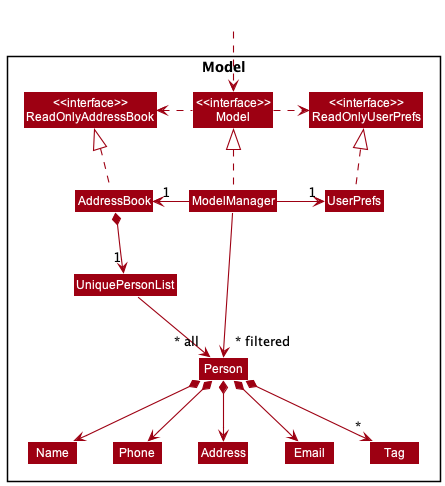
This is docs/images/ModelClassDiagram.png from nus-cs2103-AY2223S2/tp, a PlantUML export, as it was before one commit.
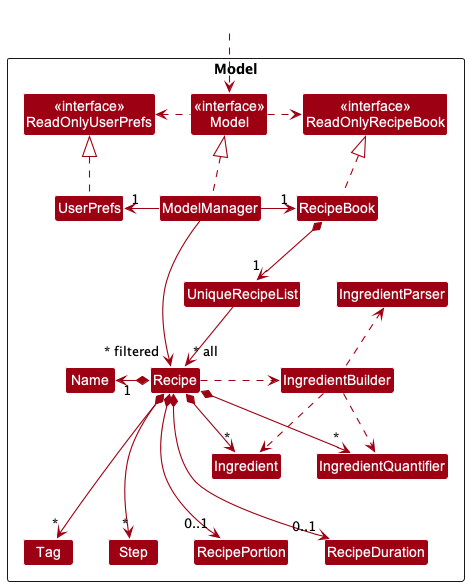
The same diagram one commit later.

Commit message:
V1.3: Add DG for Model package (#125)

The edit, as a diff of the source:
```diff
@@ -5,46 +5,52 @@
 skinparam classBackgroundColor MODEL_COLOR
 
 Package Model <<Rectangle>>{
-Class "<<interface>>\nReadOnlyAddressBook" as ReadOnlyAddressBook
+Class "<<interface>>\nReadOnlyRecipeBook" as ReadOnlyRecipeBook
 Class "<<interface>>\nReadOnlyUserPrefs" as ReadOnlyUserPrefs
-Class "<<interface>>\nModel" as Model
-Class AddressBook
+Class "<<interface>>\nModel" as Model_
+Class RecipeBook
 Class ModelManager
 Class UserPrefs
 
-Class UniquePersonList
-Class Person
-Class Address
-Class Email
+Class UniqueRecipeList
+Class Recipe
+Class RecipePortion
 Class Name
-Class Phone
+Class RecipeDuration
 Class Tag
-
+Class Step
+Class Ingredient
+Class IngredientBuilder
+Class IngredientParser
+Class IngredientQuantifier
 }
 
 Class HiddenOutside #FFFFFF
-HiddenOutside ..> Model
 
-AddressBook .up.|> ReadOnlyAddressBook
+HiddenOutside .down.> Model_
 
-ModelManager .up.|> Model
-Model .right.> ReadOnlyUserPrefs
-Model .left.> ReadOnlyAddressBook
-ModelManager -left-> "1" AddressBook
+ModelManager .up.|> Model_
+RecipeBook .up.|> ReadOnlyRecipeBook
+
+Model_ .left.> ReadOnlyUserPrefs
+Model_ .right.> ReadOnlyRecipeBook
+ModelManager -left-> "1" RecipeBook
 ModelManager -right-> "1" UserPrefs
 UserPrefs .up.|> ReadOnlyUserPrefs
 
-AddressBook *--> "1" UniquePersonList
-UniquePersonList --> "~* all" Person
-Person *--> Name
-Person *--> Phone
-Person *--> Email
-Person *--> Address
-Person *--> "*" Tag
+RecipeBook *--> "1" UniqueRecipeList
+UniqueRecipeList --> "~* all" Recipe
+Recipe *--l-> "1" Name
+Recipe *---> "*" Tag
+Recipe *---> "*" Step
+Recipe *---> "0..1" RecipeDuration
+Recipe *---> "0..1" RecipePortion
+Recipe *-right-> "*" Ingredient
+Recipe *--> "*" IngredientQuantifier
+Recipe .right.> IngredientBuilder
 
-Name -[hidden]right-> Phone
-Phone -[hidden]right-> Address
-Address -[hidden]right-> Email
-
-ModelManager -->"~* filtered" Person
+IngredientBuilder ..> Ingredient
+IngredientBuilder ..> IngredientQuantifier
+IngredientBuilder .u.> IngredientParser
+ModelManager -->"~* filtered" Recipe
 @enduml
```
